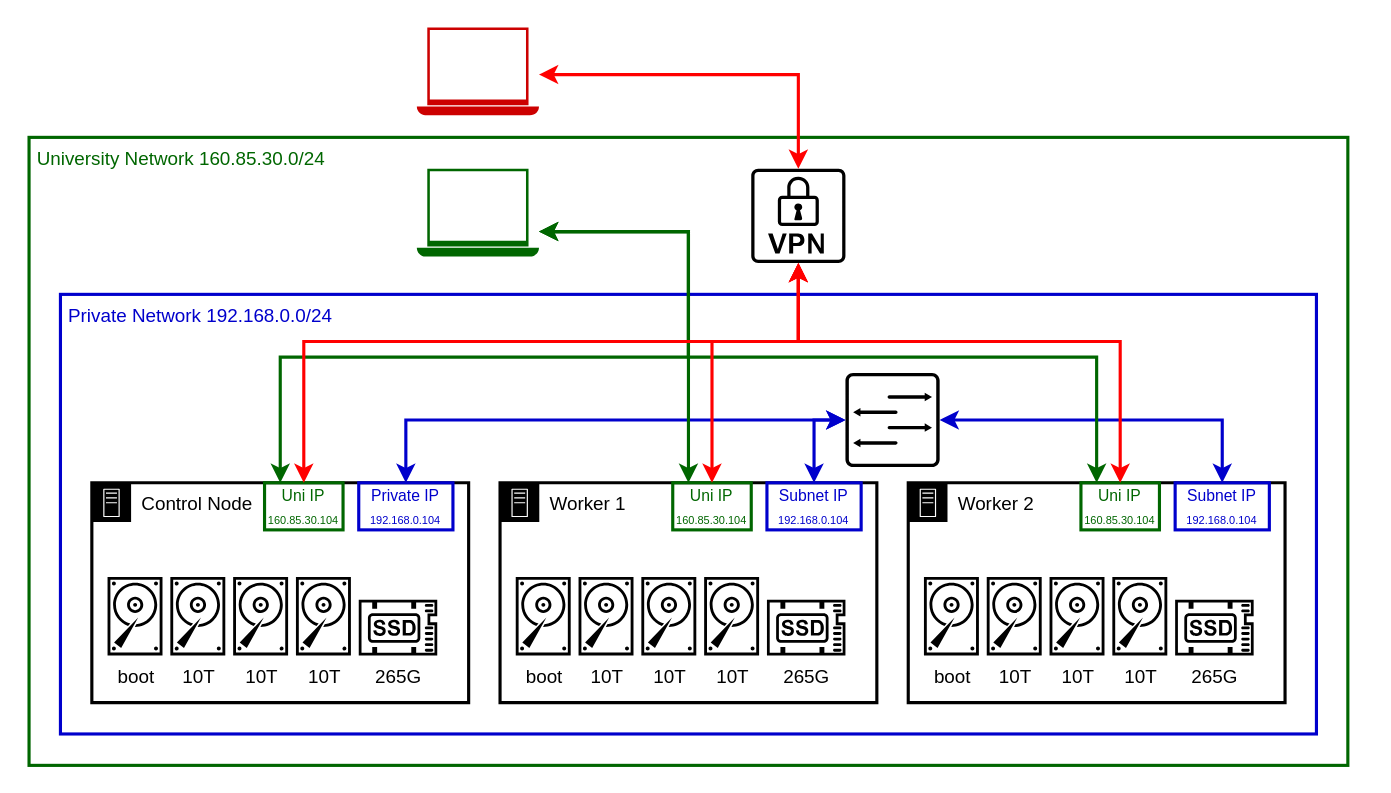
Earlier version of the draw.io diagram docs/diagrams/src/physical_and_network_infra.drawio (casparwackerle/PowerStack). Source tidied: cells renumbered, new cells numbered last; positions are measured from the earlier drawing's top-left corner, leaving out a move shared by most shapes. Both pictures are drawn from the tidied source at 157%, with x=0, y=0 at pixel (28, 27).
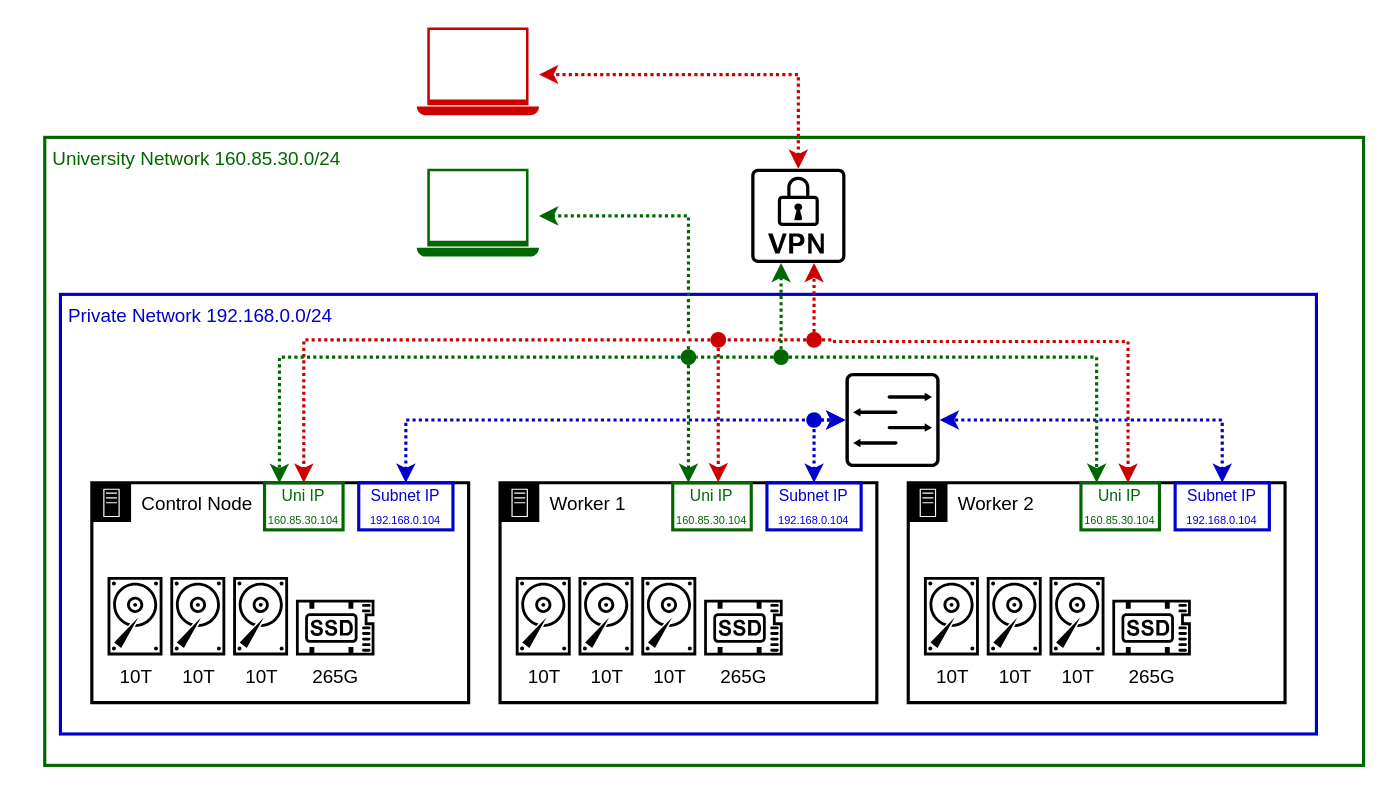
The same page after the edit.

Unchanged cells that the change refers to:
```xml
<mxCell id="4" value="Control Node" style="gradientColor=none;html=1;whiteSpace=wrap;fontSize=12;fontStyle=0;shape=mxgraph.aws4.group;grIcon=mxgraph.aws4.group_on_premise;strokeColor=#000000;fillColor=none;verticalAlign=top;align=left;spacingLeft=30;fontColor=light-dark(#000000, #8494aa);dashed=0;strokeWidth=2;" parent="1" vertex="1">
  <mxGeometry x="40" y="290" width="240" height="140" as="geometry" />
</mxCell>
<mxCell id="5" value="&lt;font style=&quot;font-size: 10px; color: rgb(0, 102, 0);&quot;&gt;Uni IP&lt;/font&gt;&lt;font style=&quot;font-size: 8px; color: rgb(0, 102, 0);&quot;&gt;&lt;br&gt;&lt;/font&gt;&lt;font style=&quot;font-size: 7px; color: rgb(0, 102, 0);&quot;&gt;160.85.30.104&lt;/font&gt;&lt;font style=&quot;font-size: 7px; color: rgba(0, 0, 0, 0);&quot;&gt;&lt;font&gt;&lt;br&gt;&lt;/font&gt;&lt;/font&gt;" style="rounded=0;whiteSpace=wrap;html=1;strokeColor=#006600;strokeWidth=2;fillColor=none;" parent="4" vertex="1">
  <mxGeometry x="110" width="50" height="30" as="geometry" />
</mxCell>
<mxCell id="12" value="Worker 1" style="points=[[0,0],[0.25,0],[0.5,0],[0.75,0],[1,0],[1,0.25],[1,0.5],[1,0.75],[1,1],[0.75,1],[0.5,1],[0.25,1],[0,1],[0,0.75],[0,0.5],[0,0.25]];outlineConnect=0;gradientColor=none;html=1;whiteSpace=wrap;fontSize=12;fontStyle=0;shape=mxgraph.aws4.group;grIcon=mxgraph.aws4.group_on_premise;strokeColor=#000000;fillColor=none;verticalAlign=top;align=left;spacingLeft=30;fontColor=light-dark(#000000, #8494aa);dashed=0;strokeWidth=2;" parent="1" vertex="1">
  <mxGeometry x="300" y="290" width="240" height="140" as="geometry" />
</mxCell>
<mxCell id="13" value="&lt;font style=&quot;font-size: 10px; color: rgb(0, 102, 0);&quot;&gt;Uni IP&lt;/font&gt;&lt;font style=&quot;font-size: 8px; color: rgb(0, 102, 0);&quot;&gt;&lt;br&gt;&lt;/font&gt;&lt;font style=&quot;font-size: 7px; color: rgb(0, 102, 0);&quot;&gt;160.85.30.104&lt;/font&gt;&lt;font style=&quot;font-size: 7px; color: rgba(0, 0, 0, 0);&quot;&gt;&lt;font&gt;&lt;br&gt;&lt;/font&gt;&lt;/font&gt;" style="rounded=0;whiteSpace=wrap;html=1;strokeColor=#006600;strokeWidth=2;fillColor=none;" parent="12" vertex="1">
  <mxGeometry x="110" width="50" height="30" as="geometry" />
</mxCell>
<mxCell id="14" value="&lt;div&gt;&lt;font style=&quot;font-size: 10px; color: rgb(0, 0, 204);&quot;&gt;Subnet IP&lt;/font&gt;&lt;/div&gt;&lt;div&gt;&lt;font style=&quot;font-size: 7px; color: rgb(0, 0, 204);&quot;&gt;192.168.0.104&lt;/font&gt;&lt;font style=&quot;font-size: 7px; color: rgba(0, 0, 0, 0);&quot;&gt;&lt;font&gt;&lt;br&gt;&lt;/font&gt;&lt;/font&gt;&lt;/div&gt;" style="rounded=0;whiteSpace=wrap;html=1;strokeColor=#0000CC;strokeWidth=2;fillColor=none;" parent="12" vertex="1">
  <mxGeometry x="170" width="60" height="30" as="geometry" />
</mxCell>
<mxCell id="20" value="Worker 2" style="points=[[0,0],[0.25,0],[0.5,0],[0.75,0],[1,0],[1,0.25],[1,0.5],[1,0.75],[1,1],[0.75,1],[0.5,1],[0.25,1],[0,1],[0,0.75],[0,0.5],[0,0.25]];outlineConnect=0;gradientColor=none;html=1;whiteSpace=wrap;fontSize=12;fontStyle=0;shape=mxgraph.aws4.group;grIcon=mxgraph.aws4.group_on_premise;strokeColor=#000000;fillColor=none;verticalAlign=top;align=left;spacingLeft=30;fontColor=light-dark(#000000, #8494aa);dashed=0;strokeWidth=2;" parent="1" vertex="1">
  <mxGeometry x="560" y="290" width="240" height="140" as="geometry" />
</mxCell>
<mxCell id="21" value="&lt;font style=&quot;font-size: 10px; color: rgb(0, 102, 0);&quot;&gt;Uni IP&lt;/font&gt;&lt;font style=&quot;font-size: 8px; color: rgba(0, 0, 0, 0);&quot;&gt;&lt;br&gt;&lt;/font&gt;&lt;font style=&quot;font-size: 7px; color: rgb(0, 102, 0);&quot;&gt;160.85.30.104&lt;font&gt;&lt;br&gt;&lt;/font&gt;&lt;/font&gt;" style="rounded=0;whiteSpace=wrap;html=1;strokeColor=#006600;strokeWidth=2;fillColor=none;" parent="20" vertex="1">
  <mxGeometry x="110" width="50" height="30" as="geometry" />
</mxCell>
<mxCell id="22" value="&lt;div&gt;&lt;font style=&quot;font-size: 10px; color: rgb(0, 0, 204);&quot;&gt;Subnet IP&lt;/font&gt;&lt;/div&gt;&lt;div&gt;&lt;font style=&quot;font-size: 7px; color: rgb(0, 0, 204);&quot;&gt;192.168.0.104&lt;/font&gt;&lt;font style=&quot;font-size: 7px; color: rgba(0, 0, 0, 0);&quot;&gt;&lt;font&gt;&lt;br&gt;&lt;/font&gt;&lt;/font&gt;&lt;/div&gt;" style="rounded=0;whiteSpace=wrap;html=1;strokeColor=#0000CC;strokeWidth=2;fillColor=none;" parent="20" vertex="1">
  <mxGeometry x="170" width="60" height="30" as="geometry" />
</mxCell>
<mxCell id="28" style="sketch=0;shadow=0;dashed=0;html=1;strokeColor=none;fillColor=#000000;labelPosition=center;verticalLabelPosition=bottom;verticalAlign=top;align=center;outlineConnect=0;shape=mxgraph.vvd.vpn;" parent="1" vertex="1">
  <mxGeometry x="460" y="90" width="60" height="60" as="geometry" />
</mxCell>
<mxCell id="29" style="sketch=0;shadow=0;dashed=0;html=1;strokeColor=none;fillColor=#000000;labelPosition=center;verticalLabelPosition=bottom;verticalAlign=top;align=center;outlineConnect=0;shape=mxgraph.vvd.switch;" parent="1" vertex="1">
  <mxGeometry x="520" y="220" width="60" height="60" as="geometry" />
</mxCell>
<mxCell id="33" style="sketch=0;shadow=0;dashed=0;html=1;strokeColor=none;fillColor=#006600;labelPosition=center;verticalLabelPosition=bottom;verticalAlign=top;align=center;outlineConnect=0;shape=mxgraph.vvd.laptop;" parent="1" vertex="1">
  <mxGeometry x="247" y="90" width="77.8" height="56" as="geometry" />
</mxCell>
<mxCell id="34" style="sketch=0;shadow=0;dashed=0;html=1;strokeColor=none;fillColor=#CC0000;labelPosition=center;verticalLabelPosition=bottom;verticalAlign=top;align=center;outlineConnect=0;shape=mxgraph.vvd.laptop;" parent="1" vertex="1">
  <mxGeometry x="247" width="77.8" height="56" as="geometry" />
</mxCell>
```

The edit, as a diff of the source:
```diff
@@
-    <mxCell id="2" value="&lt;span style=&quot;color: rgb(0, 102, 0);&quot;&gt;&amp;nbsp;University Network 160.85.30.0/24&lt;/span&gt;" style="rounded=1;whiteSpace=wrap;html=1;align=left;verticalAlign=top;fillColor=none;arcSize=0;strokeColor=#006600;strokeWidth=2;" parent="1" vertex="1">
-      <mxGeometry y="70" width="840" height="400" as="geometry" />
+    <mxCell id="2" value="&lt;span style=&quot;color: rgb(0, 102, 0);&quot;&gt;&amp;nbsp;University Network 160.85.30.0/24&lt;/span&gt;" style="rounded=0;whiteSpace=wrap;html=1;align=left;verticalAlign=top;fillColor=none;arcSize=0;strokeColor=#006600;strokeWidth=2;glass=0;shadow=0;" parent="1" vertex="1">
+      <mxGeometry x="10" y="70" width="840" height="400" as="geometry" />
     </mxCell>
@@
-    <mxCell id="6" value="&lt;div&gt;&lt;font style=&quot;font-size: 10px; color: rgb(0, 0, 204);&quot;&gt;Private IP&lt;/font&gt;&lt;/div&gt;&lt;div&gt;&lt;font style=&quot;font-size: 7px; color: rgb(0, 0, 204);&quot;&gt;192.168.0.104&lt;/font&gt;&lt;font style=&quot;font-size: 7px; color: rgba(0, 0, 0, 0);&quot;&gt;&lt;font&gt;&lt;br&gt;&lt;/font&gt;&lt;/font&gt;&lt;/div&gt;" style="rounded=0;whiteSpace=wrap;html=1;strokeColor=#0000CC;strokeWidth=2;fillColor=none;" parent="4" vertex="1">
+    <mxCell id="6" value="&lt;div&gt;&lt;font style=&quot;font-size: 10px; color: rgb(0, 0, 204);&quot;&gt;Subnet IP&lt;/font&gt;&lt;/div&gt;&lt;div&gt;&lt;font style=&quot;font-size: 7px; color: rgb(0, 0, 204);&quot;&gt;192.168.0.104&lt;/font&gt;&lt;font style=&quot;font-size: 7px; color: rgba(0, 0, 0, 0);&quot;&gt;&lt;font&gt;&lt;br&gt;&lt;/font&gt;&lt;/font&gt;&lt;/div&gt;" style="rounded=0;whiteSpace=wrap;html=1;strokeColor=#0000CC;strokeWidth=2;fillColor=none;" parent="4" vertex="1">
       <mxGeometry x="170" width="60" height="30" as="geometry" />
     </mxCell>
-    <mxCell id="7" value="boot" style="sketch=0;shadow=0;dashed=0;html=1;strokeColor=none;fillColor=light-dark(#000000, #b2b3b4);labelPosition=center;verticalLabelPosition=bottom;verticalAlign=top;align=center;shape=mxgraph.vvd.disk;" parent="4" vertex="1">
-      <mxGeometry x="10" y="60" width="35" height="50" as="geometry" />
-    </mxCell>
     <mxCell id="8" value="10T" style="sketch=0;shadow=0;dashed=0;html=1;strokeColor=none;fillColor=#000000;labelPosition=center;verticalLabelPosition=bottom;verticalAlign=top;align=center;shape=mxgraph.vvd.disk;" parent="4" vertex="1">
-      <mxGeometry x="90" y="60" width="35" height="50" as="geometry" />
+      <mxGeometry x="50" y="60" width="35" height="50" as="geometry" />
     </mxCell>
     <mxCell id="9" value="10T" style="sketch=0;shadow=0;dashed=0;html=1;strokeColor=none;fillColor=#000000;labelPosition=center;verticalLabelPosition=bottom;verticalAlign=top;align=center;shape=mxgraph.vvd.disk;" parent="4" vertex="1">
-      <mxGeometry x="50" y="60" width="35" height="50" as="geometry" />
+      <mxGeometry x="10" y="60" width="35" height="50" as="geometry" />
     </mxCell>
     <mxCell id="10" value="10T" style="sketch=0;shadow=0;dashed=0;html=1;strokeColor=none;fillColor=#000000;labelPosition=center;verticalLabelPosition=bottom;verticalAlign=top;align=center;shape=mxgraph.vvd.disk;" parent="4" vertex="1">
-      <mxGeometry x="130" y="60" width="35" height="50" as="geometry" />
+      <mxGeometry x="90" y="60" width="35" height="50" as="geometry" />
     </mxCell>
     <mxCell id="11" value="265G" style="sketch=0;shadow=0;dashed=0;html=1;strokeColor=none;fillColor=#000000;labelPosition=center;verticalLabelPosition=bottom;verticalAlign=top;align=center;shape=mxgraph.vvd.ssd;" parent="4" vertex="1">
-      <mxGeometry x="170" y="74.5" width="50" height="35.5" as="geometry" />
+      <mxGeometry x="130" y="74.5" width="50" height="35.5" as="geometry" />
     </mxCell>
@@
-    <mxCell id="15" value="boot" style="sketch=0;shadow=0;dashed=0;html=1;strokeColor=none;fillColor=light-dark(#000000, #b2b3b4);labelPosition=center;verticalLabelPosition=bottom;verticalAlign=top;align=center;shape=mxgraph.vvd.disk;" parent="12" vertex="1">
-      <mxGeometry x="10" y="60" width="35" height="50" as="geometry" />
-    </mxCell>
     <mxCell id="16" value="10T" style="sketch=0;shadow=0;dashed=0;html=1;strokeColor=none;fillColor=#000000;labelPosition=center;verticalLabelPosition=bottom;verticalAlign=top;align=center;shape=mxgraph.vvd.disk;" parent="12" vertex="1">
-      <mxGeometry x="90" y="60" width="35" height="50" as="geometry" />
+      <mxGeometry x="50" y="60" width="35" height="50" as="geometry" />
     </mxCell>
     <mxCell id="17" value="10T" style="sketch=0;shadow=0;dashed=0;html=1;strokeColor=none;fillColor=#000000;labelPosition=center;verticalLabelPosition=bottom;verticalAlign=top;align=center;shape=mxgraph.vvd.disk;" parent="12" vertex="1">
-      <mxGeometry x="50" y="60" width="35" height="50" as="geometry" />
+      <mxGeometry x="10" y="60" width="35" height="50" as="geometry" />
     </mxCell>
     <mxCell id="18" value="10T" style="sketch=0;shadow=0;dashed=0;html=1;strokeColor=none;fillColor=#000000;labelPosition=center;verticalLabelPosition=bottom;verticalAlign=top;align=center;shape=mxgraph.vvd.disk;" parent="12" vertex="1">
-      <mxGeometry x="130" y="60" width="35" height="50" as="geometry" />
+      <mxGeometry x="90" y="60" width="35" height="50" as="geometry" />
     </mxCell>
     <mxCell id="19" value="265G" style="sketch=0;shadow=0;dashed=0;html=1;strokeColor=none;fillColor=#000000;labelPosition=center;verticalLabelPosition=bottom;verticalAlign=top;align=center;shape=mxgraph.vvd.ssd;" parent="12" vertex="1">
-      <mxGeometry x="170" y="74.5" width="50" height="35.5" as="geometry" />
+      <mxGeometry x="130" y="74.5" width="50" height="35.5" as="geometry" />
     </mxCell>
@@
-    <mxCell id="23" value="boot" style="sketch=0;shadow=0;dashed=0;html=1;strokeColor=none;fillColor=light-dark(#000000, #b2b3b4);labelPosition=center;verticalLabelPosition=bottom;verticalAlign=top;align=center;shape=mxgraph.vvd.disk;" parent="20" vertex="1">
-      <mxGeometry x="10" y="60" width="35" height="50" as="geometry" />
-    </mxCell>
     <mxCell id="24" value="10T" style="sketch=0;shadow=0;dashed=0;html=1;strokeColor=none;fillColor=#000000;labelPosition=center;verticalLabelPosition=bottom;verticalAlign=top;align=center;shape=mxgraph.vvd.disk;" parent="20" vertex="1">
-      <mxGeometry x="90" y="60" width="35" height="50" as="geometry" />
+      <mxGeometry x="50" y="60" width="35" height="50" as="geometry" />
     </mxCell>
     <mxCell id="25" value="10T" style="sketch=0;shadow=0;dashed=0;html=1;strokeColor=none;fillColor=#000000;labelPosition=center;verticalLabelPosition=bottom;verticalAlign=top;align=center;shape=mxgraph.vvd.disk;" parent="20" vertex="1">
-      <mxGeometry x="50" y="60" width="35" height="50" as="geometry" />
+      <mxGeometry x="10" y="60" width="35" height="50" as="geometry" />
     </mxCell>
     <mxCell id="26" value="10T" style="sketch=0;shadow=0;dashed=0;html=1;strokeColor=none;fillColor=#000000;labelPosition=center;verticalLabelPosition=bottom;verticalAlign=top;align=center;shape=mxgraph.vvd.disk;" parent="20" vertex="1">
-      <mxGeometry x="130" y="60" width="35" height="50" as="geometry" />
+      <mxGeometry x="90" y="60" width="35" height="50" as="geometry" />
     </mxCell>
     <mxCell id="27" value="265G" style="sketch=0;shadow=0;dashed=0;html=1;strokeColor=none;fillColor=#000000;labelPosition=center;verticalLabelPosition=bottom;verticalAlign=top;align=center;shape=mxgraph.vvd.ssd;" parent="20" vertex="1">
-      <mxGeometry x="170" y="74.5" width="50" height="35.5" as="geometry" />
+      <mxGeometry x="130" y="74.5" width="50" height="35.5" as="geometry" />
     </mxCell>
@@
-    <mxCell id="30" style="endArrow=classic;startArrow=classic;html=1;rounded=0;exitX=0.5;exitY=0;exitDx=0;exitDy=0;strokeWidth=2;strokeColor=#0000CC;" parent="1" edge="1" source="14" target="29">
+    <mxCell id="30" style="endArrow=classic;startArrow=classic;html=1;rounded=0;exitX=0.5;exitY=0;exitDx=0;exitDy=0;strokeWidth=2;strokeColor=#0000CC;dashed=1;dashPattern=1 1;" parent="1" edge="1" source="14" target="29">
       <mxGeometry relative="1" as="geometry">
         <Array as="points">
           <mxPoint x="500" y="250" />
         </Array>
       </mxGeometry>
     </mxCell>
-    <mxCell id="31" style="endArrow=classic;startArrow=classic;html=1;rounded=0;exitX=0.5;exitY=0;exitDx=0;exitDy=0;strokeWidth=2;strokeColor=#0000CC;" parent="1" edge="1" source="6" target="29">
+    <mxCell id="31" style="endArrow=classic;startArrow=classic;html=1;rounded=0;exitX=0.5;exitY=0;exitDx=0;exitDy=0;strokeWidth=2;strokeColor=#0000CC;dashed=1;dashPattern=1 1;" parent="1" edge="1" source="6" target="29">
       <mxGeometry relative="1" as="geometry">
         <Array as="points">
           <mxPoint x="240" y="250" />
         </Array>
       </mxGeometry>
     </mxCell>
-    <mxCell id="32" style="endArrow=classic;startArrow=classic;html=1;rounded=0;exitX=0.5;exitY=0;exitDx=0;exitDy=0;strokeWidth=2;strokeColor=#0000CC;" parent="1" edge="1" source="22" target="29">
+    <mxCell id="32" style="endArrow=classic;startArrow=classic;html=1;rounded=0;exitX=0.5;exitY=0;exitDx=0;exitDy=0;strokeWidth=2;strokeColor=#0000CC;dashed=1;dashPattern=1 1;" parent="1" edge="1" source="22" target="29">
       <mxGeometry relative="1" as="geometry">
         <Array as="points">
           <mxPoint x="760" y="250" />
         </Array>
       </mxGeometry>
     </mxCell>
@@
-    <mxCell id="35" style="endArrow=classic;startArrow=classic;html=1;rounded=0;edgeStyle=orthogonalEdgeStyle;strokeColor=#006600;strokeWidth=2;" parent="1" edge="1" source="13" target="33">
-      <mxGeometry relative="1" as="geometry">
-        <Array as="points">
-          <mxPoint x="420" y="130" />
-        </Array>
-      </mxGeometry>
-    </mxCell>
-    <mxCell id="36" style="endArrow=classic;startArrow=classic;html=1;rounded=0;edgeStyle=orthogonalEdgeStyle;strokeColor=#006600;strokeWidth=2;" parent="1" edge="1" source="5" target="33">
-      <mxGeometry relative="1" as="geometry">
-        <Array as="points">
-          <mxPoint x="160" y="210" />
-          <mxPoint x="420" y="210" />
-          <mxPoint x="420" y="130" />
-        </Array>
-      </mxGeometry>
-    </mxCell>
-    <mxCell id="37" style="endArrow=classic;startArrow=classic;html=1;rounded=0;edgeStyle=orthogonalEdgeStyle;strokeColor=#006600;strokeWidth=2;" parent="1" edge="1" source="21" target="33">
-      <mxGeometry relative="1" as="geometry">
-        <Array as="points">
-          <mxPoint x="680" y="210" />
-          <mxPoint x="420" y="210" />
-          <mxPoint x="420" y="130" />
-        </Array>
-      </mxGeometry>
-    </mxCell>
-    <mxCell id="38" style="endArrow=classic;startArrow=classic;html=1;rounded=0;edgeStyle=orthogonalEdgeStyle;strokeColor=#FF0000;strokeWidth=2;" parent="1" edge="1" source="28" target="34">
+    <mxCell id="38" style="endArrow=classic;startArrow=classic;html=1;rounded=0;edgeStyle=orthogonalEdgeStyle;strokeColor=#CC0000;strokeWidth=2;dashed=1;dashPattern=1 1;" parent="1" edge="1" source="28" target="34">
       <mxGeometry relative="1" as="geometry">
         <Array as="points">
           <mxPoint x="490" y="30" />
         </Array>
       </mxGeometry>
     </mxCell>
-    <mxCell id="39" style="endArrow=classic;startArrow=classic;html=1;rounded=0;edgeStyle=orthogonalEdgeStyle;strokeColor=#FF0000;strokeWidth=2;" parent="1" edge="1" source="28" target="5">
-      <mxGeometry relative="1" as="geometry">
-        <Array as="points">
-          <mxPoint x="490" y="200" />
-          <mxPoint x="175" y="200" />
-        </Array>
-      </mxGeometry>
-    </mxCell>
-    <mxCell id="40" style="endArrow=classic;startArrow=classic;html=1;rounded=0;edgeStyle=orthogonalEdgeStyle;strokeColor=#FF0000;strokeWidth=2;" parent="1" edge="1" source="28" target="13">
-      <mxGeometry relative="1" as="geometry">
-        <Array as="points">
-          <mxPoint x="490" y="200" />
-          <mxPoint x="435" y="200" />
-        </Array>
-      </mxGeometry>
-    </mxCell>
-    <mxCell id="41" style="endArrow=classic;startArrow=classic;html=1;rounded=0;edgeStyle=orthogonalEdgeStyle;strokeColor=#FF0000;strokeWidth=2;" parent="1" edge="1" source="28" target="21">
-      <mxGeometry relative="1" as="geometry">
-        <Array as="points">
-          <mxPoint x="490" y="200" />
-          <mxPoint x="695" y="200" />
-        </Array>
-      </mxGeometry>
-    </mxCell>
+    <mxCell id="42" style="ellipse;whiteSpace=wrap;html=1;" parent="1" vertex="1">
+      <mxGeometry x="350" y="230" as="geometry" />
+    </mxCell>
+    <mxCell id="43" style="endArrow=classic;html=1;rounded=0;strokeWidth=2;dashed=1;edgeStyle=orthogonalEdgeStyle;strokeColor=#CC0000;dashPattern=1 1;" parent="1" edge="1" source="45" target="5">
+      <mxGeometry relative="1" as="geometry" />
+    </mxCell>
+    <mxCell id="44" style="endArrow=classic;html=1;rounded=0;strokeWidth=2;dashed=1;edgeStyle=orthogonalEdgeStyle;strokeColor=#CC0000;exitX=0.5;exitY=1;exitDx=0;exitDy=0;entryX=0.58;entryY=-0.009;entryDx=0;entryDy=0;entryPerimeter=0;dashPattern=1 1;" parent="1" edge="1" source="45" target="13">
+      <mxGeometry relative="1" as="geometry" />
+    </mxCell>
+    <mxCell id="45" style="ellipse;whiteSpace=wrap;html=1;fillColor=#CC0000;strokeColor=none;strokeWidth=7;" parent="1" vertex="1">
+      <mxGeometry x="434" y="194" width="10" height="10" as="geometry" />
+    </mxCell>
+    <mxCell id="46" style="endArrow=classic;html=1;rounded=0;strokeWidth=2;dashed=1;edgeStyle=orthogonalEdgeStyle;strokeColor=#CC0000;exitX=1;exitY=0.5;exitDx=0;exitDy=0;dashPattern=1 1;" parent="1" edge="1" source="48" target="21">
+      <mxGeometry relative="1" as="geometry">
+        <Array as="points">
+          <mxPoint x="511" y="199" />
+          <mxPoint x="511" y="200" />
+          <mxPoint x="700" y="200" />
+        </Array>
+      </mxGeometry>
+    </mxCell>
+    <mxCell id="47" style="endArrow=classic;html=1;rounded=0;strokeWidth=2;dashed=1;edgeStyle=orthogonalEdgeStyle;strokeColor=#CC0000;dashPattern=1 1;" parent="1" edge="1" source="48" target="28">
+      <mxGeometry relative="1" as="geometry">
+        <Array as="points">
+          <mxPoint x="500" y="170" />
+          <mxPoint x="500" y="170" />
+        </Array>
+      </mxGeometry>
+    </mxCell>
+    <mxCell id="48" style="ellipse;whiteSpace=wrap;html=1;fillColor=#CC0000;strokeColor=none;strokeWidth=7;" parent="1" vertex="1">
+      <mxGeometry x="495" y="194" width="10" height="10" as="geometry" />
+    </mxCell>
+    <mxCell id="49" style="endArrow=none;html=1;rounded=0;strokeWidth=2;dashed=1;strokeColor=#CC0000;dashPattern=1 1;" parent="1" edge="1" source="48" target="45">
+      <mxGeometry relative="1" as="geometry" />
+    </mxCell>
+    <mxCell id="50" style="ellipse;whiteSpace=wrap;html=1;fillColor=#006600;strokeColor=none;strokeWidth=7;" parent="1" vertex="1">
+      <mxGeometry x="415" y="205" width="10" height="10" as="geometry" />
+    </mxCell>
+    <mxCell id="51" style="ellipse;whiteSpace=wrap;html=1;fillColor=#006600;strokeColor=none;strokeWidth=7;" parent="1" vertex="1">
+      <mxGeometry x="474" y="205" width="10" height="10" as="geometry" />
+    </mxCell>
+    <mxCell id="52" style="endArrow=classic;html=1;rounded=0;strokeWidth=2;dashed=1;edgeStyle=orthogonalEdgeStyle;strokeColor=#006600;exitX=0;exitY=0.5;exitDx=0;exitDy=0;entryX=0.189;entryY=0.007;entryDx=0;entryDy=0;entryPerimeter=0;dashPattern=1 1;" parent="1" edge="1" source="50" target="5">
+      <mxGeometry relative="1" as="geometry" />
+    </mxCell>
+    <mxCell id="53" style="endArrow=classic;html=1;rounded=0;strokeWidth=2;dashed=1;edgeStyle=orthogonalEdgeStyle;strokeColor=#006600;exitX=0.5;exitY=1;exitDx=0;exitDy=0;entryX=0.5;entryY=0;entryDx=0;entryDy=0;dashPattern=1 1;" parent="1" edge="1" source="50" target="12">
+      <mxGeometry relative="1" as="geometry" />
+    </mxCell>
+    <mxCell id="54" style="endArrow=classic;html=1;rounded=0;strokeWidth=2;dashed=1;edgeStyle=orthogonalEdgeStyle;strokeColor=#006600;exitX=0.5;exitY=0;exitDx=0;exitDy=0;jumpStyle=none;dashPattern=1 1;" parent="1" edge="1" source="51" target="28">
+      <mxGeometry relative="1" as="geometry">
+        <Array as="points">
+          <mxPoint x="480" y="150" />
+          <mxPoint x="480" y="150" />
+        </Array>
+      </mxGeometry>
+    </mxCell>
+    <mxCell id="55" style="endArrow=classic;html=1;rounded=0;strokeWidth=2;dashed=1;edgeStyle=orthogonalEdgeStyle;strokeColor=#006600;exitX=1;exitY=0.5;exitDx=0;exitDy=0;entryX=0.5;entryY=0;entryDx=0;entryDy=0;dashPattern=1 1;" parent="1" edge="1" source="51" target="20">
+      <mxGeometry relative="1" as="geometry" />
+    </mxCell>
+    <mxCell id="56" style="endArrow=classic;html=1;rounded=0;strokeWidth=2;dashed=1;edgeStyle=orthogonalEdgeStyle;strokeColor=#006600;exitX=0.5;exitY=0;exitDx=0;exitDy=0;jumpStyle=gap;dashPattern=1 1;" parent="1" edge="1" source="50" target="33">
+      <mxGeometry relative="1" as="geometry">
+        <Array as="points">
+          <mxPoint x="420" y="120" />
+        </Array>
+      </mxGeometry>
+    </mxCell>
+    <mxCell id="57" style="endArrow=none;html=1;rounded=0;strokeWidth=2;dashed=1;strokeColor=#006600;jumpStyle=none;dashPattern=1 1;exitX=0;exitY=0.5;exitDx=0;exitDy=0;" parent="1" edge="1" source="51" target="50">
+      <mxGeometry relative="1" as="geometry">
+        <Array as="points">
+          <mxPoint x="450" y="210" />
+        </Array>
+      </mxGeometry>
+    </mxCell>
+    <mxCell id="58" style="ellipse;whiteSpace=wrap;html=1;fillColor=#0000CC;strokeColor=none;strokeWidth=7;" parent="1" vertex="1">
+      <mxGeometry x="495" y="245" width="10" height="10" as="geometry" />
+    </mxCell>
```
